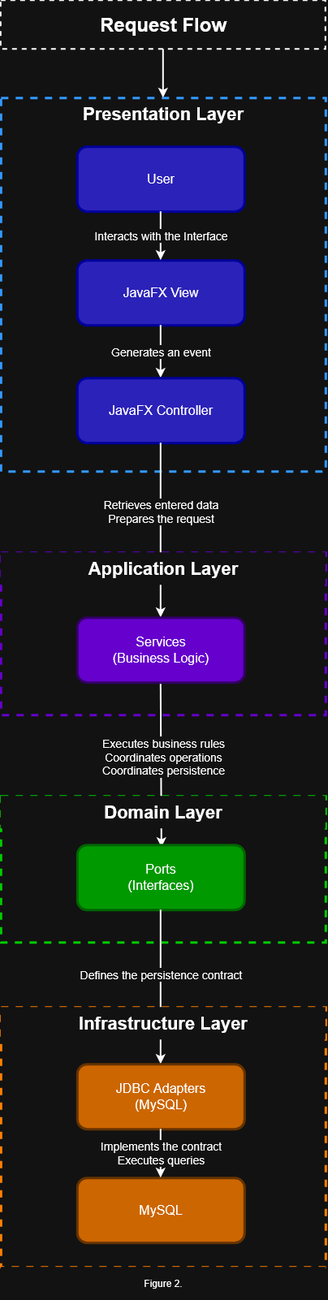
This is docs/images/english/diagrams/Request_Flow_Diagram.png from carrascalpjosedanieldev/retail-management-system, a draw.io export, as it was before one commit. Source tidied: cells renumbered, new cells last; positions are measured from the earlier drawing's top-left corner, leaving out a move shared by most shapes.
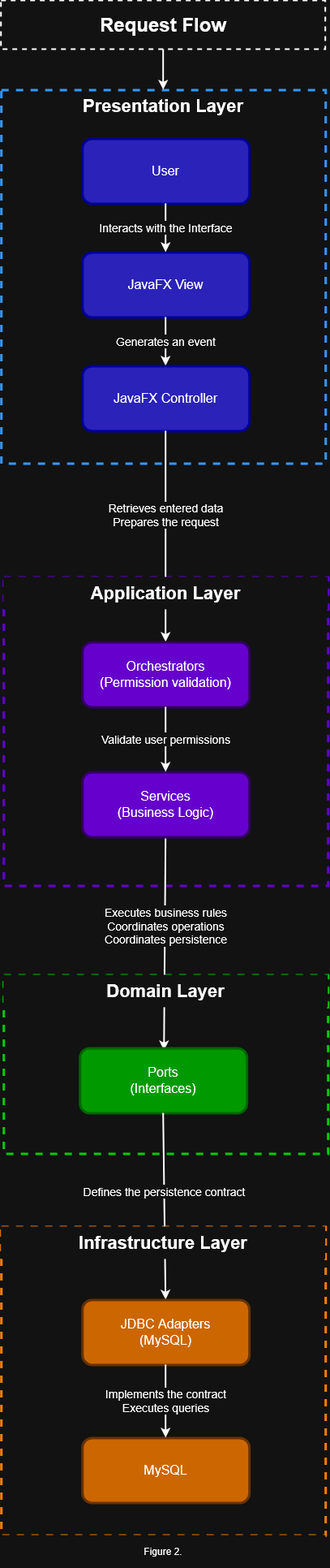
The same diagram one commit later.

Diff of the diagram source:
```diff
@@ -3,16 +3,16 @@
     <mxCell id="0" />
     <mxCell id="1" parent="0" />
     <mxCell id="2" value="&lt;span class=&quot;HwtZe&quot; lang=&quot;en&quot;&gt;&lt;span class=&quot;jCAhz ChMk0b&quot;&gt;&lt;span class=&quot;ryNqvb&quot;&gt;Request Flow&lt;/span&gt;&lt;/span&gt;&lt;/span&gt;" style="rounded=0;whiteSpace=wrap;html=1;fillColor=none;strokeWidth=2;dashed=1;fontSize=24;fontStyle=1;" parent="1" vertex="1">
-      <mxGeometry width="400" height="60" as="geometry" />
+      <mxGeometry x="-3" y="-150" width="400" height="60" as="geometry" />
     </mxCell>
     <mxCell id="3" value="&lt;span class=&quot;HwtZe&quot; lang=&quot;en&quot;&gt;&lt;span class=&quot;jCAhz ChMk0b&quot;&gt;&lt;span class=&quot;ryNqvb&quot;&gt;Presentation Layer&lt;/span&gt;&lt;/span&gt;&lt;/span&gt;" style="rounded=0;whiteSpace=wrap;html=1;fillColor=none;align=center;verticalAlign=top;fontSize=22;dashed=1;strokeWidth=3;strokeColor=light-dark(#000000,#3399FF);fontStyle=1;" parent="1" vertex="1">
-      <mxGeometry y="120" width="400" height="460" as="geometry" />
+      <mxGeometry x="-3" y="-40" width="400" height="460" as="geometry" />
     </mxCell>
     <mxCell id="4" value="User" style="rounded=1;whiteSpace=wrap;html=1;fillColor=light-dark(#000053,#2B22B9);fontSize=16;strokeColor=light-dark(#000000,#000099);strokeWidth=3;" parent="1" vertex="1">
-      <mxGeometry x="94" y="180" width="206" height="80" as="geometry" />
+      <mxGeometry x="97" y="20" width="206" height="80" as="geometry" />
     </mxCell>
     <mxCell id="5" value="JavaFX View" style="rounded=1;whiteSpace=wrap;html=1;fillColor=light-dark(#000053,#2B22B9);fontSize=16;strokeColor=light-dark(#000000,#000099);strokeWidth=3;" parent="1" vertex="1">
-      <mxGeometry x="94" y="320" width="206" height="80" as="geometry" />
+      <mxGeometry x="97" y="160" width="206" height="80" as="geometry" />
     </mxCell>
     <mxCell id="6" value="&lt;span class=&quot;HwtZe&quot; lang=&quot;en&quot;&gt;&lt;span class=&quot;jCAhz ChMk0b&quot;&gt;&lt;span class=&quot;ryNqvb&quot;&gt;Interacts with the Interface&lt;/span&gt;&lt;/span&gt;&lt;/span&gt;" style="endArrow=classic;html=1;rounded=0;exitX=0.5;exitY=1;exitDx=0;exitDy=0;entryX=0.5;entryY=0;entryDx=0;entryDy=0;strokeWidth=2;fontSize=14;" parent="1" edge="1" source="4" target="5">
       <mxGeometry relative="1" as="geometry" />
@@ -21,59 +21,61 @@
       <mxGeometry relative="1" as="geometry" />
     </mxCell>
     <mxCell id="8" value="JavaFX Controller" style="rounded=1;whiteSpace=wrap;html=1;fillColor=light-dark(#000053,#2B22B9);fontSize=16;strokeColor=light-dark(#000000,#000099);strokeWidth=3;" parent="1" vertex="1">
-      <mxGeometry x="94" y="465" width="206" height="80" as="geometry" />
+      <mxGeometry x="97" y="300" width="206" height="80" as="geometry" />
     </mxCell>
     <mxCell id="9" style="rounded=0;whiteSpace=wrap;html=1;fillColor=none;align=center;verticalAlign=top;fontSize=22;dashed=1;strokeWidth=3;strokeColor=light-dark(#000000,#6600CC);fontStyle=1;" parent="1" vertex="1">
-      <mxGeometry y="680" width="400" height="200" as="geometry" />
+      <mxGeometry y="560" width="400" height="380" as="geometry" />
     </mxCell>
-    <mxCell id="10" value="&lt;div&gt;&lt;span class=&quot;HwtZe&quot; lang=&quot;en&quot;&gt;&lt;span class=&quot;jCAhz ChMk0b&quot;&gt;&lt;span class=&quot;ryNqvb&quot;&gt;Retrieves entered data&lt;/span&gt;&lt;/span&gt;&lt;/span&gt;&lt;/div&gt;&lt;div&gt;&lt;span class=&quot;HwtZe&quot; lang=&quot;en&quot;&gt;&lt;span class=&quot;jCAhz ChMk0b&quot;&gt;&lt;span class=&quot;ryNqvb&quot;&gt;Prepares the request&lt;/span&gt;&lt;/span&gt;&lt;/span&gt;&lt;/div&gt;" style="endArrow=classic;html=1;rounded=0;strokeWidth=2;entryX=0.5;entryY=0;entryDx=0;entryDy=0;exitX=0.5;exitY=1;exitDx=0;exitDy=0;fontSize=14;" parent="1" edge="1" source="8" target="21">
+    <mxCell id="10" value="&lt;div&gt;&lt;span class=&quot;HwtZe&quot; lang=&quot;en&quot;&gt;&lt;span class=&quot;jCAhz ChMk0b&quot;&gt;&lt;span class=&quot;ryNqvb&quot;&gt;Retrieves entered data&lt;/span&gt;&lt;/span&gt;&lt;/span&gt;&lt;/div&gt;&lt;div&gt;&lt;span class=&quot;HwtZe&quot; lang=&quot;en&quot;&gt;&lt;span class=&quot;jCAhz ChMk0b&quot;&gt;&lt;span class=&quot;ryNqvb&quot;&gt;Prepares the request&lt;/span&gt;&lt;/span&gt;&lt;/span&gt;&lt;/div&gt;" style="endArrow=classic;html=1;rounded=0;strokeWidth=2;entryX=0.5;entryY=0;entryDx=0;entryDy=0;exitX=0.5;exitY=1;exitDx=0;exitDy=0;fontSize=14;" parent="1" edge="1" source="8" target="25">
       <mxGeometry x="-0.21" relative="1" as="geometry" />
     </mxCell>
     <mxCell id="11" style="endArrow=classic;html=1;rounded=0;strokeWidth=2;entryX=0.5;entryY=0;entryDx=0;entryDy=0;exitX=0.5;exitY=1;exitDx=0;exitDy=0;" parent="1" edge="1" source="2" target="3">
       <mxGeometry relative="1" as="geometry" />
     </mxCell>
     <mxCell id="12" style="rounded=0;whiteSpace=wrap;html=1;fillColor=none;align=center;verticalAlign=top;fontSize=22;dashed=1;strokeWidth=3;strokeColor=light-dark(#000000,#00CC00);fontStyle=1;" parent="1" vertex="1">
-      <mxGeometry y="980" width="400" height="180" as="geometry" />
+      <mxGeometry y="1050" width="400" height="220" as="geometry" />
     </mxCell>
     <mxCell id="13" value="&lt;div&gt;&lt;span class=&quot;HwtZe&quot; lang=&quot;en&quot;&gt;&lt;span class=&quot;jCAhz ChMk0b&quot;&gt;&lt;span class=&quot;ryNqvb&quot;&gt;Executes business rules&lt;/span&gt;&lt;/span&gt;&lt;/span&gt;&lt;/div&gt;&lt;div&gt;&lt;span class=&quot;HwtZe&quot; lang=&quot;en&quot;&gt;&lt;span class=&quot;jCAhz ChMk0b&quot;&gt;&lt;span class=&quot;ryNqvb&quot;&gt;Coordinates operations&lt;/span&gt;&lt;/span&gt;&lt;/span&gt;&lt;/div&gt;&lt;div&gt;Coordinates persistence&lt;/div&gt;" style="endArrow=classic;html=1;rounded=0;strokeWidth=2;entryX=0.505;entryY=0.038;entryDx=0;entryDy=0;exitX=0.5;exitY=1;exitDx=0;exitDy=0;fontSize=14;entryPerimeter=0;" parent="1" edge="1" source="21" target="14">
-      <mxGeometry x="-0.1" y="3" relative="1" as="geometry" />
+      <mxGeometry x="-0.16" y="1" relative="1" as="geometry" />
     </mxCell>
     <mxCell id="14" value="&lt;div&gt;Ports&lt;/div&gt;&lt;div&gt;(Interfaces)&lt;/div&gt;" style="rounded=1;whiteSpace=wrap;html=1;fillColor=light-dark(#330066,#009900);fontSize=16;strokeColor=light-dark(#330066,#006600);strokeWidth=3;" parent="1" vertex="1">
-      <mxGeometry x="94" y="1040" width="206" height="80" as="geometry" />
+      <mxGeometry x="94" y="1140" width="206" height="80" as="geometry" />
     </mxCell>
     <mxCell id="15" style="rounded=0;whiteSpace=wrap;html=1;fillColor=none;align=center;verticalAlign=top;fontSize=22;dashed=1;strokeWidth=3;strokeColor=light-dark(#000000,#FF8000);fontStyle=1;" parent="1" vertex="1">
-      <mxGeometry y="1240" width="400" height="320" as="geometry" />
+      <mxGeometry x="-3" y="1360" width="400" height="380" as="geometry" />
     </mxCell>
     <mxCell id="16" value="Defines the persistence contract" style="endArrow=classic;html=1;rounded=0;strokeWidth=2;entryX=0.5;entryY=0;entryDx=0;entryDy=0;exitX=0.5;exitY=1;exitDx=0;exitDy=0;fontSize=14;" parent="1" edge="1" source="14" target="17">
       <mxGeometry x="-0.16" relative="1" as="geometry" />
     </mxCell>
     <mxCell id="17" value="&lt;div&gt;&lt;span class=&quot;HwtZe&quot; lang=&quot;en&quot;&gt;&lt;span class=&quot;jCAhz ChMk0b&quot;&gt;&lt;span class=&quot;ryNqvb&quot;&gt;JDBC Adapters&lt;/span&gt;&lt;/span&gt;&lt;/span&gt;&lt;/div&gt;&lt;div&gt;(MySQL)&lt;/div&gt;" style="rounded=1;whiteSpace=wrap;html=1;fillColor=light-dark(#330066,#CC6600);fontSize=16;strokeColor=light-dark(#330066,#663300);strokeWidth=3;" parent="1" vertex="1">
-      <mxGeometry x="94" y="1310" width="206" height="80" as="geometry" />
+      <mxGeometry x="97" y="1450" width="206" height="80" as="geometry" />
     </mxCell>
     <mxCell id="18" value="&lt;div&gt;MySQL&lt;/div&gt;" style="rounded=1;whiteSpace=wrap;html=1;fillColor=light-dark(#330066,#CC6600);fontSize=16;strokeColor=light-dark(#330066,#663300);strokeWidth=3;" parent="1" vertex="1">
-      <mxGeometry x="94" y="1450" width="206" height="80" as="geometry" />
+      <mxGeometry x="97" y="1620" width="206" height="80" as="geometry" />
     </mxCell>
     <mxCell id="19" value="&lt;div&gt;Implements the contract&lt;/div&gt;&lt;div&gt;Executes queries&lt;/div&gt;" style="endArrow=classic;html=1;rounded=0;strokeWidth=2;entryX=0.5;entryY=0;entryDx=0;entryDy=0;exitX=0.5;exitY=1;exitDx=0;exitDy=0;fontSize=14;" parent="1" edge="1" source="17" target="18">
-      <mxGeometry relative="1" as="geometry">
-        <Array as="points">
-          <mxPoint x="197" y="1410" />
-        </Array>
-      </mxGeometry>
+      <mxGeometry relative="1" as="geometry" />
     </mxCell>
     <mxCell id="20" value="&lt;span class=&quot;HwtZe&quot; lang=&quot;en&quot;&gt;&lt;span class=&quot;jCAhz ChMk0b&quot;&gt;&lt;span class=&quot;ryNqvb&quot;&gt;Application Layer&lt;/span&gt;&lt;/span&gt;&lt;/span&gt;" style="rounded=0;whiteSpace=wrap;html=1;strokeColor=none;fillColor=default;fontSize=22;fontStyle=1;" parent="1" vertex="1">
-      <mxGeometry y="680" width="400" height="40" as="geometry" />
+      <mxGeometry y="560" width="400" height="40" as="geometry" />
     </mxCell>
     <mxCell id="21" value="&lt;div&gt;&lt;span class=&quot;HwtZe&quot; lang=&quot;en&quot;&gt;&lt;span class=&quot;jCAhz ChMk0b&quot;&gt;&lt;span class=&quot;ryNqvb&quot;&gt;Services&lt;/span&gt;&lt;/span&gt;&lt;/span&gt;&lt;/div&gt;&lt;div&gt;&lt;span class=&quot;HwtZe&quot; lang=&quot;en&quot;&gt;&lt;span class=&quot;jCAhz ChMk0b&quot;&gt;&lt;span class=&quot;ryNqvb&quot;&gt;(Business Logic)&lt;/span&gt;&lt;/span&gt;&lt;/span&gt;&lt;/div&gt;" style="rounded=1;whiteSpace=wrap;html=1;fillColor=light-dark(#330066,#6600CC);fontSize=16;strokeColor=light-dark(#330066,#330066);strokeWidth=3;" parent="1" vertex="1">
-      <mxGeometry x="94" y="760" width="206" height="80" as="geometry" />
+      <mxGeometry x="97" y="800" width="206" height="80" as="geometry" />
     </mxCell>
     <mxCell id="22" value="&lt;span class=&quot;HwtZe&quot; lang=&quot;en&quot;&gt;&lt;span class=&quot;jCAhz ChMk0b&quot;&gt;&lt;span class=&quot;ryNqvb&quot;&gt;Domain Layer&lt;/span&gt;&lt;/span&gt;&lt;/span&gt;" style="rounded=0;whiteSpace=wrap;html=1;strokeColor=none;fillColor=default;fontSize=22;fontStyle=1;" parent="1" vertex="1">
-      <mxGeometry y="980" width="400" height="40" as="geometry" />
+      <mxGeometry y="1050" width="400" height="40" as="geometry" />
     </mxCell>
     <mxCell id="23" value="&lt;span class=&quot;HwtZe&quot; lang=&quot;en&quot;&gt;&lt;span class=&quot;jCAhz ChMk0b&quot;&gt;&lt;span class=&quot;ryNqvb&quot;&gt;Infrastructure Layer&lt;/span&gt;&lt;/span&gt;&lt;/span&gt;" style="rounded=0;whiteSpace=wrap;html=1;strokeColor=none;fillColor=default;fontSize=22;fontStyle=1;" parent="1" vertex="1">
-      <mxGeometry y="1240" width="400" height="40" as="geometry" />
+      <mxGeometry x="-3" y="1360" width="400" height="40" as="geometry" />
     </mxCell>
     <mxCell id="24" value="Figure 2." style="rounded=0;whiteSpace=wrap;html=1;strokeColor=none;fillColor=default;fontSize=12;fontStyle=0;" parent="1" vertex="1">
-      <mxGeometry y="1560" width="400" height="40" as="geometry" />
+      <mxGeometry x="-3" y="1740" width="400" height="40" as="geometry" />
     </mxCell>
+    <mxCell id="25" value="&lt;div&gt;&lt;span class=&quot;HwtZe&quot; lang=&quot;en&quot;&gt;&lt;span class=&quot;jCAhz ChMk0b&quot;&gt;&lt;span class=&quot;ryNqvb&quot;&gt;Orchestrators&lt;/span&gt;&lt;/span&gt;&lt;/span&gt;&lt;/div&gt;&lt;div&gt;&lt;span class=&quot;HwtZe&quot; lang=&quot;en&quot;&gt;&lt;span class=&quot;jCAhz ChMk0b&quot;&gt;&lt;span class=&quot;ryNqvb&quot;&gt;(&lt;/span&gt;&lt;/span&gt;&lt;/span&gt;&lt;span class=&quot;HwtZe&quot; lang=&quot;en&quot;&gt;&lt;span class=&quot;jCAhz ChMk0b&quot;&gt;&lt;span class=&quot;ryNqvb&quot;&gt;Permission validation)&lt;/span&gt;&lt;/span&gt;&lt;/span&gt;&lt;/div&gt;" style="rounded=1;whiteSpace=wrap;html=1;fillColor=light-dark(#330066,#6600CC);fontSize=16;strokeColor=light-dark(#330066,#330066);strokeWidth=3;" parent="1" vertex="1">
+      <mxGeometry x="97" y="640" width="206" height="80" as="geometry" />
+    </mxCell>
+    <mxCell id="26" value="&lt;div&gt;&lt;span class=&quot;HwtZe&quot; lang=&quot;en&quot;&gt;&lt;span class=&quot;jCAhz ChMk0b&quot;&gt;&lt;span class=&quot;ryNqvb&quot;&gt;Validate user permissions&lt;/span&gt;&lt;/span&gt;&lt;/span&gt;&lt;/div&gt;" style="endArrow=classic;html=1;rounded=0;strokeWidth=2;entryX=0.5;entryY=0;entryDx=0;entryDy=0;exitX=0.5;exitY=1;exitDx=0;exitDy=0;fontSize=14;" parent="1" edge="1" source="25" target="21">
+      <mxGeometry relative="1" as="geometry" />
+    </mxCell>
   </root>
 </mxGraphModel>
```
